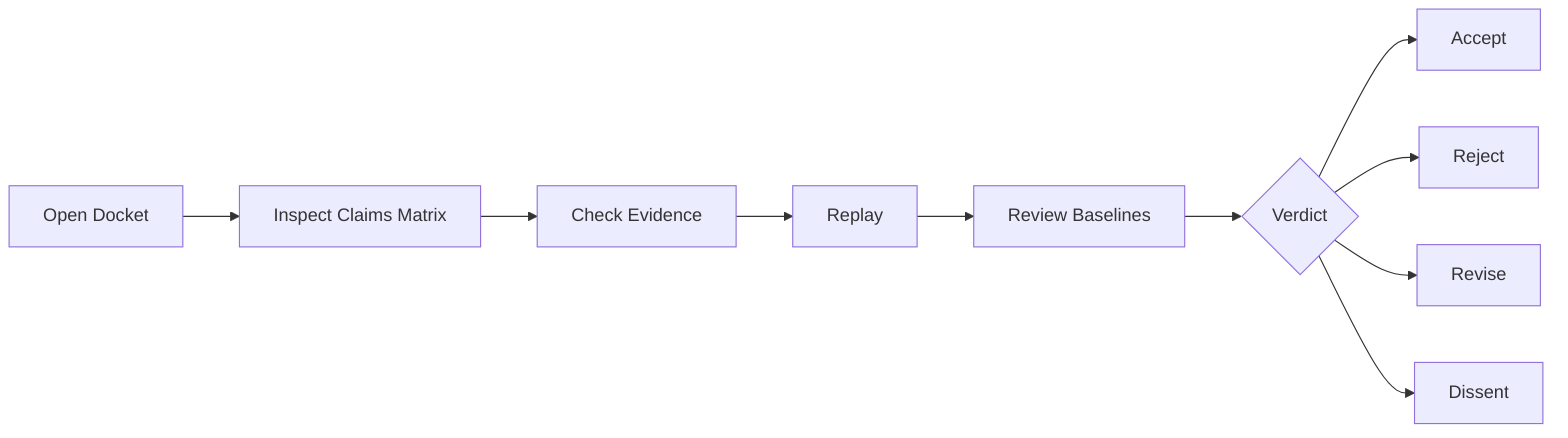
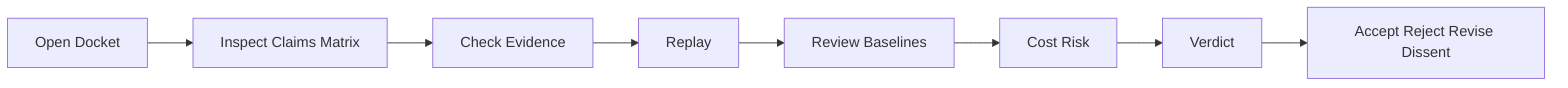
flowchart LR
-   Docket[Open Docket] --> Matrix[Inspect Claims Matrix]
-   Matrix --> Evidence[Check Evidence]
-   Evidence --> Replay
-   Replay --> Baselines[Review Baselines]
-   Baselines --> Verdict{Verdict}
-   Verdict --> Accept
-   Verdict --> Reject
-   Verdict --> Revise
-   Verdict --> Dissent
+   N0["Open Docket"] --> N1["Inspect Claims Matrix"]
+   N1["Inspect Claims Matrix"] --> N2["Check Evidence"]
+   N2["Check Evidence"] --> N3["Replay"]
+   N3["Replay"] --> N4["Review Baselines"]
+   N4["Review Baselines"] --> N5["Cost Risk"]
+   N5["Cost Risk"] --> N6["Verdict"]
+   N6["Verdict"] --> N7["Accept Reject Revise Dissent"]
